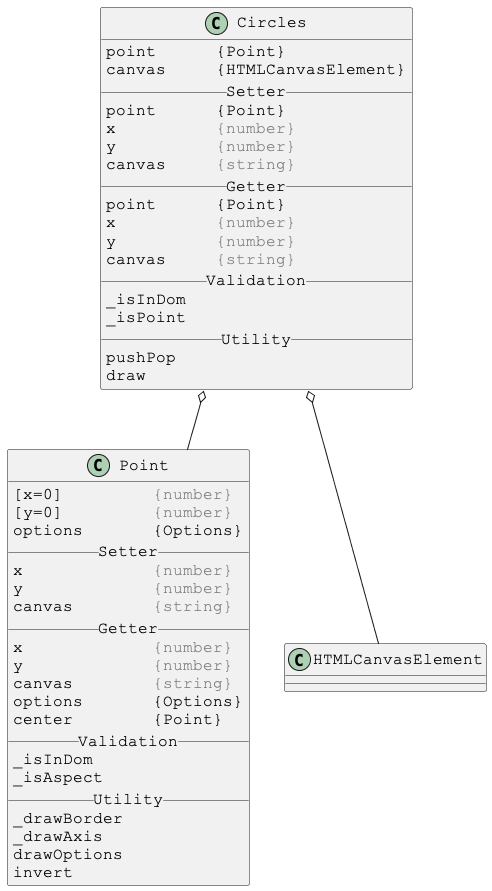
Before: docs/PlantUml/images/linked/Circles-linked.png, a diagram exported from PlantUML (Justin-Byrne/canvasLab). Source of this version:
```plantuml
@startuml

skinparam DefaultFontSize 16
skinparam DefaultFontName Courier New

class Circles {
point      {Point}
canvas     {HTMLCanvasElement}
__ Setter __
point      {Point}
x          <color:gray>{number}</color>
y          <color:gray>{number}</color>
canvas     <color:gray>{string}</color>
__ Getter __
point      {Point}
x          <color:gray>{number}</color>
y          <color:gray>{number}</color>
canvas     <color:gray>{string}</color>
__ Validation __
_isInDom
_isPoint
__ Utility __
pushPop
draw
}

Circles o-- Point
Circles o-- HTMLCanvasElement



skinparam DefaultFontSize 16
skinparam DefaultFontName Courier New

class Point {
[x=0]         <color:gray>{number}</color>
[y=0]         <color:gray>{number}</color>
options       {Options}
__ Setter __
x             <color:gray>{number}</color>
y             <color:gray>{number}</color>
canvas        <color:gray>{string}</color>
__ Getter __
x             <color:gray>{number}</color>
y             <color:gray>{number}</color>
canvas        <color:gray>{string}</color>
options       {Options}
center        {Point}
__ Validation __
_isInDom
_isAspect
__ Utility __
_drawBorder
_drawAxis
drawOptions
invert
}

@enduml
```
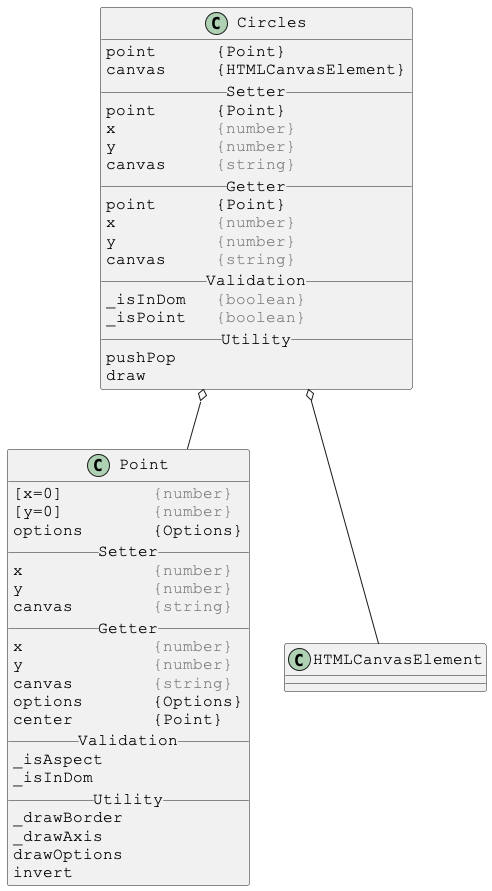
The same diagram one commit later.

Change to the diagram source:
```diff
@@ -17,8 +17,8 @@
 y          <color:gray>{number}</color>
 canvas     <color:gray>{string}</color>
 __ Validation __
-_isInDom
-_isPoint
+_isInDom   <color:gray>{boolean}</color>
+_isPoint   <color:gray>{boolean}</color>
 __ Utility __
 pushPop
 draw
@@ -47,8 +47,8 @@
 options       {Options}
 center        {Point}
 __ Validation __
+_isAspect
 _isInDom
-_isAspect
 __ Utility __
 _drawBorder
 _drawAxis
```
